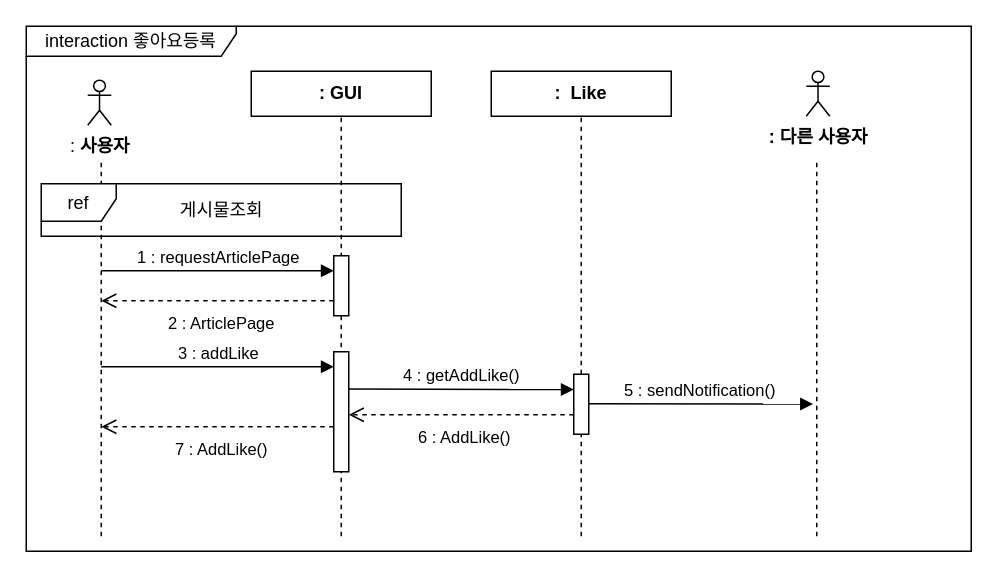
This is page "좋아요등록" (8 of 31) of KB 3기 2반 5조.drawio from C0012S/SoBe-it, a draw.io file, before an edit. Source tidied: cells renumbered, new cells numbered last; positions are measured from the earlier drawing's top-left corner, leaving out a move shared by most shapes. Both pictures are drawn from the tidied source at 150%, with x=0, y=0 at pixel (26, 26).
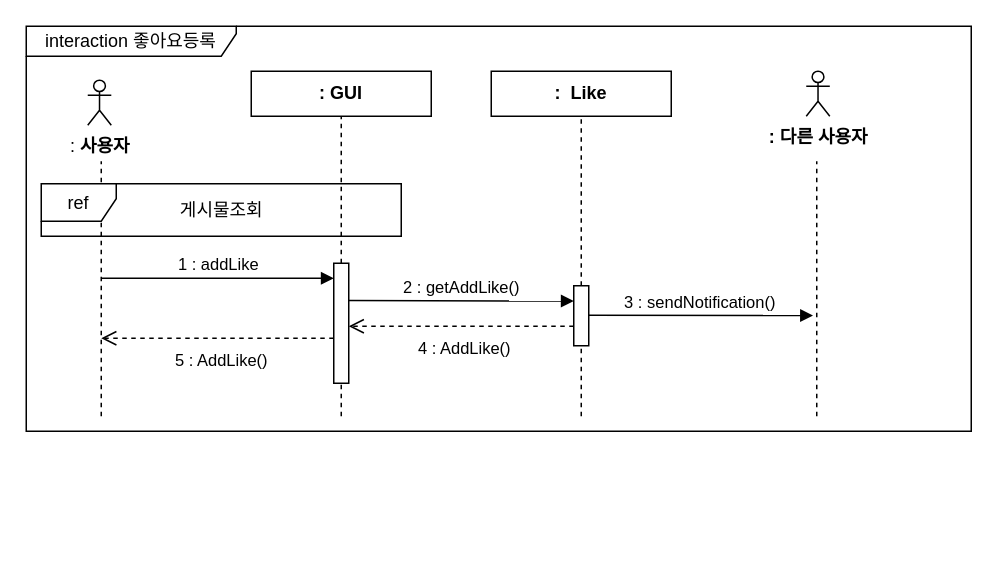
The same page after the edit.

Unchanged cells that the change refers to:
```xml
<mxCell id="4" value="&lt;b&gt;: GUI&lt;/b&gt;" style="rounded=0;whiteSpace=wrap;html=1;" parent="1" vertex="1">
  <mxGeometry x="150" y="30" width="120" height="30" as="geometry" />
</mxCell>
```

Diff of the diagram source:
```diff
@@
     <mxCell id="3" style="endArrow=none;dashed=1;html=1;rounded=0;" parent="1" edge="1">
       <mxGeometry relative="1" as="geometry">
-        <mxPoint x="50" y="340" as="sourcePoint" />
+        <mxPoint x="50" y="260" as="sourcePoint" />
         <mxPoint x="50" y="90" as="targetPoint" />
       </mxGeometry>
     </mxCell>
@@
     <mxCell id="6" style="endArrow=none;dashed=1;html=1;rounded=0;entryX=0.5;entryY=1;entryDx=0;entryDy=0;" parent="1" edge="1" target="4">
       <mxGeometry relative="1" as="geometry">
-        <mxPoint x="210" y="340" as="sourcePoint" />
+        <mxPoint x="210" y="260" as="sourcePoint" />
       </mxGeometry>
     </mxCell>
@@
-    <mxCell id="8" value="1 : requestArticlePage" style="html=1;verticalAlign=bottom;endArrow=block;edgeStyle=elbowEdgeStyle;elbow=vertical;curved=0;rounded=0;" parent="1" edge="1" target="10">
-      <mxGeometry relative="1" as="geometry">
-        <mxPoint x="50" y="163" as="sourcePoint" />
-        <Array as="points">
-          <mxPoint x="130" y="163" />
-        </Array>
-      </mxGeometry>
-    </mxCell>
-    <mxCell id="9" value="2 : ArticlePage" style="html=1;verticalAlign=bottom;endArrow=open;dashed=1;endSize=8;edgeStyle=elbowEdgeStyle;elbow=vertical;curved=0;rounded=0;" parent="1" edge="1">
-      <mxGeometry x="-0.03" y="24" relative="1" as="geometry">
-        <mxPoint x="205" y="183" as="sourcePoint" />
-        <mxPoint x="50" y="183" as="targetPoint" />
-      </mxGeometry>
-    </mxCell>
-    <mxCell id="10" style="html=1;points=[];perimeter=orthogonalPerimeter;outlineConnect=0;targetShapes=umlLifeline;portConstraint=eastwest;newEdgeStyle={&quot;edgeStyle&quot;:&quot;elbowEdgeStyle&quot;,&quot;elbow&quot;:&quot;vertical&quot;,&quot;curved&quot;:0,&quot;rounded&quot;:0};" parent="1" vertex="1">
-      <mxGeometry x="205" y="153" width="10" height="40" as="geometry" />
-    </mxCell>
-    <mxCell id="11" value="3 : addLike" style="html=1;verticalAlign=bottom;endArrow=block;edgeStyle=elbowEdgeStyle;elbow=vertical;curved=0;rounded=0;" parent="1" edge="1" target="12">
+    <mxCell id="11" value="1 : addLike" style="html=1;verticalAlign=bottom;endArrow=block;edgeStyle=elbowEdgeStyle;elbow=vertical;curved=0;rounded=0;" parent="1" edge="1" target="12">
       <mxGeometry relative="1" as="geometry">
-        <mxPoint x="50" y="227" as="sourcePoint" />
+        <mxPoint x="50" y="168" as="sourcePoint" />
         <Array as="points">
-          <mxPoint x="130" y="227" />
+          <mxPoint x="130" y="168" />
         </Array>
       </mxGeometry>
     </mxCell>
     <mxCell id="12" style="html=1;points=[];perimeter=orthogonalPerimeter;outlineConnect=0;targetShapes=umlLifeline;portConstraint=eastwest;newEdgeStyle={&quot;edgeStyle&quot;:&quot;elbowEdgeStyle&quot;,&quot;elbow&quot;:&quot;vertical&quot;,&quot;curved&quot;:0,&quot;rounded&quot;:0};" parent="1" vertex="1">
-      <mxGeometry x="205" y="217" width="10" height="80" as="geometry" />
+      <mxGeometry x="205" y="158" width="10" height="80" as="geometry" />
     </mxCell>
     <mxCell id="13" style="endArrow=none;dashed=1;html=1;rounded=0;" parent="1" edge="1" target="14">
       <mxGeometry relative="1" as="geometry">
-        <mxPoint x="370" y="340" as="sourcePoint" />
+        <mxPoint x="370" y="260" as="sourcePoint" />
       </mxGeometry>
     </mxCell>
     <mxCell id="14" style="html=1;points=[];perimeter=orthogonalPerimeter;outlineConnect=0;targetShapes=umlLifeline;portConstraint=eastwest;newEdgeStyle={&quot;edgeStyle&quot;:&quot;elbowEdgeStyle&quot;,&quot;elbow&quot;:&quot;vertical&quot;,&quot;curved&quot;:0,&quot;rounded&quot;:0};" parent="1" vertex="1">
-      <mxGeometry x="365" y="232" width="10" height="40" as="geometry" />
+      <mxGeometry x="365" y="173" width="10" height="40" as="geometry" />
     </mxCell>
-    <mxCell id="15" value="4 : getAddLike()" style="html=1;verticalAlign=bottom;endArrow=block;edgeStyle=elbowEdgeStyle;elbow=vertical;curved=0;rounded=0;" parent="1" edge="1">
+    <mxCell id="15" value="2 : getAddLike()" style="html=1;verticalAlign=bottom;endArrow=block;edgeStyle=elbowEdgeStyle;elbow=vertical;curved=0;rounded=0;" parent="1" edge="1">
       <mxGeometry relative="1" as="geometry">
-        <mxPoint x="215" y="241.9" as="sourcePoint" />
-        <mxPoint x="365" y="242.2" as="targetPoint" />
+        <mxPoint x="215" y="182.9" as="sourcePoint" />
+        <mxPoint x="365" y="183.2" as="targetPoint" />
         <Array as="points">
-          <mxPoint x="370" y="242.2" />
+          <mxPoint x="370" y="183.2" />
         </Array>
       </mxGeometry>
     </mxCell>
-    <mxCell id="16" value="6 : AddLike()" style="html=1;verticalAlign=bottom;endArrow=open;dashed=1;endSize=8;edgeStyle=elbowEdgeStyle;elbow=vertical;curved=0;rounded=0;" parent="1" edge="1">
+    <mxCell id="16" value="4 : AddLike()" style="html=1;verticalAlign=bottom;endArrow=open;dashed=1;endSize=8;edgeStyle=elbowEdgeStyle;elbow=vertical;curved=0;rounded=0;" parent="1" edge="1">
       <mxGeometry x="-0.03" y="24" relative="1" as="geometry">
-        <mxPoint x="365" y="259" as="sourcePoint" />
-        <mxPoint x="215" y="259" as="targetPoint" />
+        <mxPoint x="365" y="200" as="sourcePoint" />
+        <mxPoint x="215" y="200" as="targetPoint" />
       </mxGeometry>
     </mxCell>
-    <mxCell id="17" value="7 : AddLike()" style="html=1;verticalAlign=bottom;endArrow=open;dashed=1;endSize=8;edgeStyle=elbowEdgeStyle;elbow=vertical;curved=0;rounded=0;" parent="1" edge="1">
+    <mxCell id="17" value="5 : AddLike()" style="html=1;verticalAlign=bottom;endArrow=open;dashed=1;endSize=8;edgeStyle=elbowEdgeStyle;elbow=vertical;curved=0;rounded=0;" parent="1" edge="1">
       <mxGeometry x="-0.03" y="24" relative="1" as="geometry">
-        <mxPoint x="205" y="267" as="sourcePoint" />
-        <mxPoint x="50" y="267" as="targetPoint" />
+        <mxPoint x="205" y="208" as="sourcePoint" />
+        <mxPoint x="50" y="208" as="targetPoint" />
       </mxGeometry>
     </mxCell>
     <mxCell id="18" value="interaction 좋아요등록" style="shape=umlFrame;whiteSpace=wrap;html=1;width=140;height=20;" parent="1" vertex="1">
-      <mxGeometry width="630" height="350" as="geometry" />
+      <mxGeometry width="630" height="270" as="geometry" />
     </mxCell>
@@
     <mxCell id="22" style="endArrow=none;dashed=1;html=1;rounded=0;" parent="1" edge="1">
       <mxGeometry relative="1" as="geometry">
-        <mxPoint x="527" y="340" as="sourcePoint" />
+        <mxPoint x="527" y="260" as="sourcePoint" />
         <mxPoint x="527" y="90" as="targetPoint" />
       </mxGeometry>
     </mxCell>
-    <mxCell id="23" value="5 : sendNotification()" style="html=1;verticalAlign=bottom;endArrow=block;edgeStyle=elbowEdgeStyle;elbow=vertical;curved=0;rounded=0;" parent="1" edge="1">
+    <mxCell id="23" value="3 : sendNotification()" style="html=1;verticalAlign=bottom;endArrow=block;edgeStyle=elbowEdgeStyle;elbow=vertical;curved=0;rounded=0;" parent="1" edge="1">
       <mxGeometry relative="1" as="geometry">
-        <mxPoint x="374.5" y="251.6" as="sourcePoint" />
-        <mxPoint x="524.5" y="251.9" as="targetPoint" />
+        <mxPoint x="374.5" y="192.6" as="sourcePoint" />
+        <mxPoint x="524.5" y="192.9" as="targetPoint" />
         <Array as="points">
-          <mxPoint x="529.5" y="251.9" />
+          <mxPoint x="529.5" y="192.9" />
         </Array>
       </mxGeometry>
     </mxCell>
```
